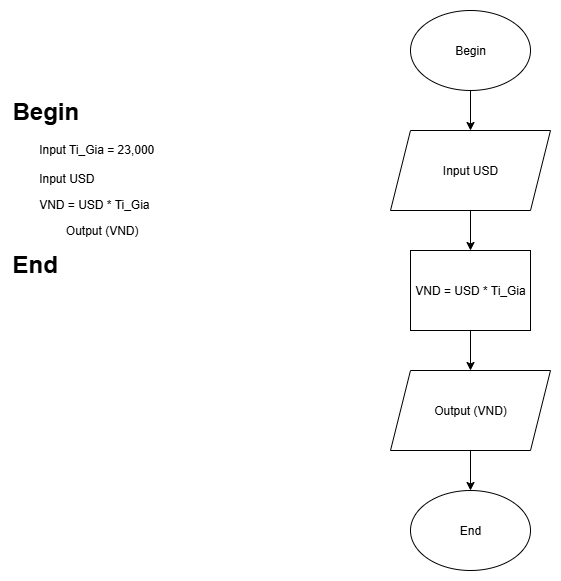
Before: ss3_ma_gia_luu_do/bai2.png, a diagram exported from draw.io (vinhdevz/C0925G1-DoThanhVinh). Source tidied: cells renumbered, new cells last; positions are measured from the earlier drawing's top-left corner, leaving out a move shared by most shapes.
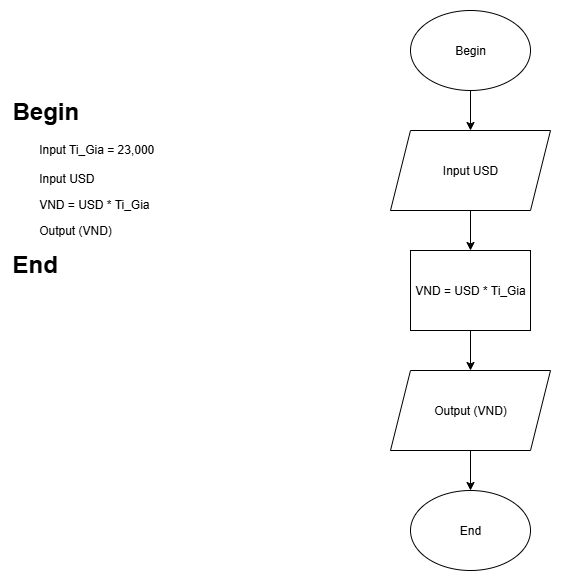
The same diagram one commit later.

Change to the diagram source:
```diff
@@ -2,7 +2,7 @@
   <root>
     <mxCell id="0" />
     <mxCell id="1" parent="0" />
-    <mxCell id="2" value="&lt;h1 style=&quot;margin-top: 0px;&quot;&gt;Begin&lt;/h1&gt;&lt;p&gt;&lt;span style=&quot;white-space: pre;&quot;&gt;&#9;&lt;/span&gt;Input Ti_Gia = 23,000&lt;br&gt;&lt;br&gt;&lt;span style=&quot;white-space: pre;&quot;&gt;&#9;&lt;/span&gt;Input USD&lt;br&gt;&lt;/p&gt;&lt;p&gt;&lt;span style=&quot;white-space: pre;&quot;&gt;&#9;&lt;/span&gt;VND = USD * Ti_Gia&lt;br&gt;&lt;/p&gt;&lt;p&gt;&lt;span style=&quot;white-space: pre;&quot;&gt;&#9;&lt;/span&gt;&lt;span style=&quot;white-space: pre;&quot;&gt;&#9;&lt;/span&gt;Output (VND)&lt;br&gt;&lt;/p&gt;&lt;h1 style=&quot;margin-top: 0px;&quot;&gt;End&lt;/h1&gt;" style="text;html=1;whiteSpace=wrap;overflow=hidden;rounded=0;" parent="1" vertex="1">
+    <mxCell id="2" value="&lt;h1 style=&quot;margin-top: 0px;&quot;&gt;Begin&lt;/h1&gt;&lt;p&gt;&lt;span style=&quot;white-space: pre;&quot;&gt;&#9;&lt;/span&gt;Input Ti_Gia = 23,000&lt;br&gt;&lt;br&gt;&lt;span style=&quot;white-space: pre;&quot;&gt;&#9;&lt;/span&gt;Input USD&lt;br&gt;&lt;/p&gt;&lt;p&gt;&lt;span style=&quot;white-space: pre;&quot;&gt;&#9;&lt;/span&gt;VND = USD * Ti_Gia&lt;br&gt;&lt;/p&gt;&lt;p&gt;&lt;span style=&quot;white-space: pre;&quot;&gt;&#9;&lt;/span&gt;Output (VND)&lt;br&gt;&lt;/p&gt;&lt;h1 style=&quot;margin-top: 0px;&quot;&gt;End&lt;/h1&gt;" style="text;html=1;whiteSpace=wrap;overflow=hidden;rounded=0;" parent="1" vertex="1">
       <mxGeometry y="80" width="200" height="190" as="geometry" />
     </mxCell>
     <mxCell id="3" value="Begin" style="ellipse;whiteSpace=wrap;html=1;" parent="1" vertex="1">
```
